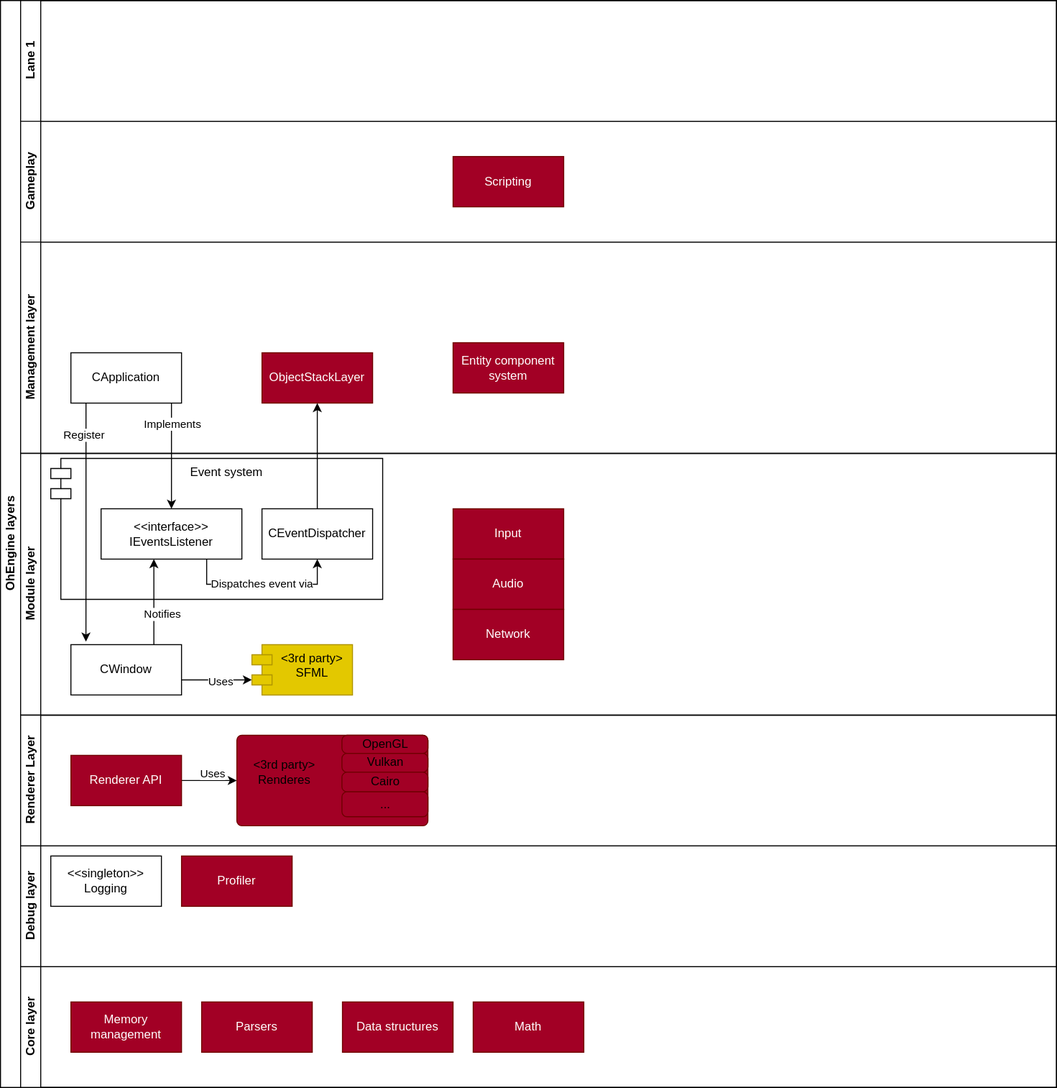
Earlier version of the draw.io export docs/LayerDiagram.svg (eHonnef/OhEngine). Source tidied: cells renumbered, new cells last; positions are measured from the earlier drawing's top-left corner, leaving out a move shared by most shapes.
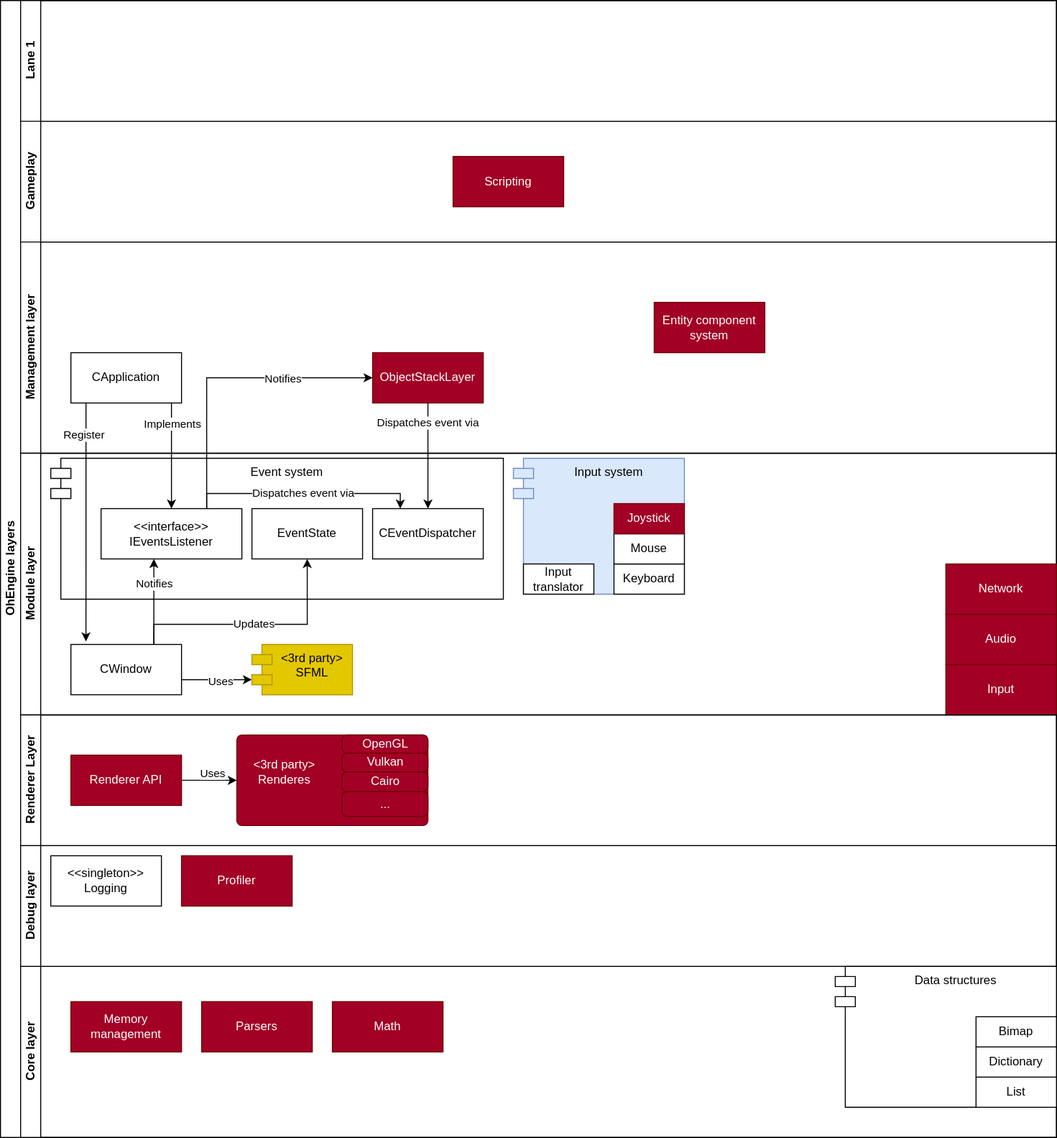
Above is the later version.

Diff of the diagram source:
```diff
@@ -3,7 +3,7 @@
     <mxCell id="0" />
     <mxCell id="1" parent="0" />
     <mxCell id="2" value="OhEngine layers" style="swimlane;horizontal=0;startSize=20;html=1;" parent="1" vertex="1">
-      <mxGeometry width="1050" height="1080" as="geometry" />
+      <mxGeometry width="1050" height="1130" as="geometry" />
     </mxCell>
     <mxCell id="3" value="Lane 1" style="swimlane;startSize=20;horizontal=0;html=1;" parent="2" vertex="1">
       <mxGeometry x="20" width="1030" height="120" as="geometry" />
@@ -21,10 +21,10 @@
       <mxGeometry x="50" y="110" width="110" height="50" as="geometry" />
     </mxCell>
     <mxCell id="8" value="Entity component system" style="html=1;whiteSpace=wrap;fillColor=#a20025;strokeColor=#6F0000;fontColor=#ffffff;" parent="6" vertex="1">
-      <mxGeometry x="430" y="100" width="110" height="50" as="geometry" />
+      <mxGeometry x="630" y="60" width="110" height="50" as="geometry" />
     </mxCell>
     <mxCell id="9" value="ObjectStackLayer" style="html=1;whiteSpace=wrap;fillColor=#a20025;fontColor=#ffffff;strokeColor=#6F0000;" parent="6" vertex="1">
-      <mxGeometry x="240" y="110" width="110" height="50" as="geometry" />
+      <mxGeometry x="350" y="110" width="110" height="50" as="geometry" />
     </mxCell>
     <mxCell id="10" value="Module layer" style="swimlane;startSize=20;horizontal=0;html=1;" parent="2" vertex="1">
       <mxGeometry x="20" y="450" width="1030" height="260" as="geometry" />
@@ -44,22 +44,22 @@
       <mxGeometry x="50" y="190" width="110" height="50" as="geometry" />
     </mxCell>
     <mxCell id="14" value="Input" style="html=1;whiteSpace=wrap;fillColor=#a20025;strokeColor=#6F0000;fontColor=#ffffff;" parent="10" vertex="1">
-      <mxGeometry x="430" y="55" width="110" height="50" as="geometry" />
+      <mxGeometry x="920" y="210" width="110" height="50" as="geometry" />
     </mxCell>
     <mxCell id="15" value="Audio" style="html=1;whiteSpace=wrap;fillColor=#a20025;strokeColor=#6F0000;fontColor=#ffffff;" parent="10" vertex="1">
-      <mxGeometry x="430" y="105" width="110" height="50" as="geometry" />
+      <mxGeometry x="920" y="160" width="110" height="50" as="geometry" />
     </mxCell>
     <mxCell id="16" value="Network" style="html=1;whiteSpace=wrap;fillColor=#a20025;strokeColor=#6F0000;fontColor=#ffffff;" parent="10" vertex="1">
-      <mxGeometry x="430" y="155" width="110" height="50" as="geometry" />
+      <mxGeometry x="920" y="110" width="110" height="50" as="geometry" />
     </mxCell>
     <mxCell id="17" value="Event system" style="shape=module;align=left;spacingLeft=20;align=center;verticalAlign=top;whiteSpace=wrap;html=1;" parent="10" vertex="1">
-      <mxGeometry x="30" y="5" width="330" height="140" as="geometry" />
+      <mxGeometry x="30" y="5" width="450" height="140" as="geometry" />
     </mxCell>
-    <mxCell id="18" value="Dispatches event via" style="edgeStyle=orthogonalEdgeStyle;rounded=0;jettySize=auto;html=1;entryX=0.5;entryY=1;entryDx=0;entryDy=0;exitX=0.75;exitY=1;exitDx=0;exitDy=0;" parent="10" edge="1" source="19" target="21">
+    <mxCell id="18" value="Dispatches event via" style="edgeStyle=orthogonalEdgeStyle;rounded=0;jettySize=auto;html=1;exitX=0.75;exitY=0;exitDx=0;exitDy=0;entryX=0.25;entryY=0;entryDx=0;entryDy=0;" parent="10" edge="1" source="19" target="21">
       <mxGeometry relative="1" as="geometry">
         <Array as="points">
-          <mxPoint x="185" y="130" />
-          <mxPoint x="295" y="130" />
+          <mxPoint x="185" y="40" />
+          <mxPoint x="378" y="40" />
         </Array>
       </mxGeometry>
     </mxCell>
@@ -67,20 +67,45 @@
       <mxGeometry x="80" y="55" width="140" height="50" as="geometry" />
     </mxCell>
     <mxCell id="20" value="Notifies" style="edgeStyle=orthogonalEdgeStyle;rounded=0;jettySize=auto;html=1;exitX=0.75;exitY=0;exitDx=0;exitDy=0;" parent="10" edge="1" source="13" target="19">
-      <mxGeometry x="-0.29" y="-7" relative="1" as="geometry">
+      <mxGeometry x="0.41" relative="1" as="geometry">
         <Array as="points">
           <mxPoint x="133" y="110" />
           <mxPoint x="133" y="110" />
         </Array>
-        <mxPoint x="1" as="offset" />
       </mxGeometry>
     </mxCell>
     <mxCell id="21" value="CEventDispatcher" style="html=1;whiteSpace=wrap;" parent="10" vertex="1">
-      <mxGeometry x="240" y="55" width="110" height="50" as="geometry" />
+      <mxGeometry x="350" y="55" width="110" height="50" as="geometry" />
     </mxCell>
     <mxCell id="22" value="&amp;lt;3rd party&amp;gt;&lt;br&gt;SFML" style="shape=module;align=left;spacingLeft=20;align=center;verticalAlign=top;whiteSpace=wrap;html=1;fillColor=#e3c800;fontColor=#000000;strokeColor=#B09500;" parent="10" vertex="1">
       <mxGeometry x="230" y="190" width="100" height="50" as="geometry" />
     </mxCell>
+    <mxCell id="46" value="EventState" style="html=1;whiteSpace=wrap;" parent="10" vertex="1">
+      <mxGeometry x="230" y="55" width="110" height="50" as="geometry" />
+    </mxCell>
+    <mxCell id="47" value="Updates" style="edgeStyle=orthogonalEdgeStyle;rounded=0;jettySize=auto;html=1;exitX=0.75;exitY=0;exitDx=0;exitDy=0;entryX=0.5;entryY=1;entryDx=0;entryDy=0;" parent="10" edge="1" source="13" target="46">
+      <mxGeometry relative="1" as="geometry">
+        <Array as="points">
+          <mxPoint x="133" y="170" />
+          <mxPoint x="285" y="170" />
+        </Array>
+      </mxGeometry>
+    </mxCell>
+    <mxCell id="48" value="Input system" style="shape=module;align=left;spacingLeft=20;align=center;verticalAlign=top;whiteSpace=wrap;html=1;fillColor=#dae8fc;strokeColor=#6c8ebf;" parent="10" vertex="1">
+      <mxGeometry x="490" y="5" width="170" height="135" as="geometry" />
+    </mxCell>
+    <mxCell id="49" value="Keyboard" style="html=1;whiteSpace=wrap;" parent="10" vertex="1">
+      <mxGeometry x="590" y="110" width="70" height="30" as="geometry" />
+    </mxCell>
+    <mxCell id="50" value="Mouse" style="html=1;whiteSpace=wrap;" parent="10" vertex="1">
+      <mxGeometry x="590" y="80" width="70" height="30" as="geometry" />
+    </mxCell>
+    <mxCell id="51" value="Joystick" style="html=1;whiteSpace=wrap;fillColor=#a20025;fontColor=#ffffff;strokeColor=#6F0000;" parent="10" vertex="1">
+      <mxGeometry x="590" y="50" width="70" height="30" as="geometry" />
+    </mxCell>
+    <mxCell id="52" value="Input translator" style="html=1;whiteSpace=wrap;" parent="10" vertex="1">
+      <mxGeometry x="500" y="110" width="70" height="30" as="geometry" />
+    </mxCell>
     <mxCell id="23" value="Renderer Layer" style="swimlane;startSize=20;horizontal=0;html=1;" parent="2" vertex="1">
       <mxGeometry x="20" y="710" width="1030" height="130" as="geometry" />
     </mxCell>
@@ -98,19 +123,19 @@
     <mxCell id="27" style="rounded=1;absoluteArcSize=1;html=1;arcSize=10;fillColor=#a20025;strokeColor=#6F0000;fontColor=#ffffff;" parent="23" vertex="1">
       <mxGeometry x="215" y="20" width="190" height="90" as="geometry" />
     </mxCell>
-    <mxCell id="28" value="&amp;lt;3rd party&amp;gt;&lt;br&gt;Renderes" style="html=1;shape=mxgraph.er.anchor;whiteSpace=wrap;" parent="27" vertex="1">
+    <mxCell id="28" value="&amp;lt;3rd party&amp;gt;&lt;br&gt;Renderes" style="html=1;shape=mxgraph.er.anchor;whiteSpace=wrap;fontColor=#FFFFFF;" parent="27" vertex="1">
       <mxGeometry width="95" height="75" as="geometry" />
     </mxCell>
-    <mxCell id="29" value="Vulkan" style="rounded=1;absoluteArcSize=1;html=1;arcSize=10;whiteSpace=wrap;strokeColor=inherit;fillColor=inherit;" parent="27" vertex="1">
+    <mxCell id="29" value="Vulkan" style="rounded=1;absoluteArcSize=1;html=1;arcSize=10;whiteSpace=wrap;strokeColor=inherit;fillColor=inherit;fontColor=#FFFFFF;" parent="27" vertex="1">
       <mxGeometry x="104.5" y="18" width="85.5" height="18.7" as="geometry" />
     </mxCell>
-    <mxCell id="30" value="OpenGL" style="rounded=1;absoluteArcSize=1;html=1;arcSize=10;whiteSpace=wrap;strokeColor=inherit;fillColor=inherit;" parent="27" vertex="1">
+    <mxCell id="30" value="OpenGL" style="rounded=1;absoluteArcSize=1;html=1;arcSize=10;whiteSpace=wrap;strokeColor=inherit;fillColor=inherit;fontColor=#FFFFFF;" parent="27" vertex="1">
       <mxGeometry x="104.5" width="85.5" height="18" as="geometry" />
     </mxCell>
-    <mxCell id="31" value="Cairo" style="rounded=1;absoluteArcSize=1;html=1;arcSize=10;whiteSpace=wrap;strokeColor=inherit;fillColor=inherit;" parent="27" vertex="1">
+    <mxCell id="31" value="Cairo" style="rounded=1;absoluteArcSize=1;html=1;arcSize=10;whiteSpace=wrap;strokeColor=inherit;fillColor=inherit;fontColor=#FFFFFF;" parent="27" vertex="1">
       <mxGeometry x="104.5" y="36.7" width="85.5" height="19.5" as="geometry" />
     </mxCell>
-    <mxCell id="32" value="..." style="rounded=1;absoluteArcSize=1;html=1;arcSize=10;whiteSpace=wrap;strokeColor=inherit;fillColor=inherit;" parent="27" vertex="1">
+    <mxCell id="32" value="..." style="rounded=1;absoluteArcSize=1;html=1;arcSize=10;whiteSpace=wrap;strokeColor=inherit;fillColor=inherit;fontColor=#FFFFFF;" parent="27" vertex="1">
       <mxGeometry x="104.5" y="56.2" width="85.5" height="24.7" as="geometry" />
     </mxCell>
     <mxCell id="33" value="Debug layer" style="swimlane;startSize=20;horizontal=0;html=1;" parent="2" vertex="1">
@@ -123,7 +148,7 @@
       <mxGeometry x="160" y="10" width="110" height="50" as="geometry" />
     </mxCell>
     <mxCell id="36" value="Core layer" style="swimlane;startSize=20;horizontal=0;html=1;" parent="2" vertex="1">
-      <mxGeometry x="20" y="960" width="1030" height="120" as="geometry" />
+      <mxGeometry x="20" y="960" width="1030" height="170" as="geometry" />
     </mxCell>
     <mxCell id="37" value="Memory management" style="html=1;whiteSpace=wrap;fillColor=#a20025;strokeColor=#6F0000;fontColor=#ffffff;" parent="36" vertex="1">
       <mxGeometry x="50" y="35" width="110" height="50" as="geometry" />
@@ -131,12 +156,21 @@
     <mxCell id="38" value="Parsers" style="html=1;whiteSpace=wrap;fillColor=#a20025;strokeColor=#6F0000;fontColor=#ffffff;" parent="36" vertex="1">
       <mxGeometry x="180" y="35" width="110" height="50" as="geometry" />
     </mxCell>
+    <mxCell id="40" value="Math" style="html=1;whiteSpace=wrap;fillColor=#a20025;strokeColor=#6F0000;fontColor=#ffffff;" parent="36" vertex="1">
+      <mxGeometry x="310" y="35" width="110" height="50" as="geometry" />
+    </mxCell>
-    <mxCell id="39" value="Data structures" style="html=1;whiteSpace=wrap;fillColor=#a20025;strokeColor=#6F0000;fontColor=#ffffff;" parent="36" vertex="1">
-      <mxGeometry x="320" y="35" width="110" height="50" as="geometry" />
+    <mxCell id="39" value="Data structures" style="shape=module;align=left;spacingLeft=20;align=center;verticalAlign=top;whiteSpace=wrap;html=1;" parent="36" vertex="1">
+      <mxGeometry x="810" width="220" height="140" as="geometry" />
     </mxCell>
-    <mxCell id="40" value="Math" style="html=1;whiteSpace=wrap;fillColor=#a20025;strokeColor=#6F0000;fontColor=#ffffff;" parent="36" vertex="1">
-      <mxGeometry x="450" y="35" width="110" height="50" as="geometry" />
-    </mxCell>
+    <mxCell id="53" value="List" style="html=1;whiteSpace=wrap;" parent="36" vertex="1">
+      <mxGeometry x="950" y="110" width="80" height="30" as="geometry" />
+    </mxCell>
+    <mxCell id="54" value="Dictionary" style="html=1;whiteSpace=wrap;" parent="36" vertex="1">
+      <mxGeometry x="950" y="80" width="80" height="30" as="geometry" />
+    </mxCell>
+    <mxCell id="55" value="Bimap" style="html=1;whiteSpace=wrap;" parent="36" vertex="1">
+      <mxGeometry x="950" y="50" width="80" height="30" as="geometry" />
+    </mxCell>
     <mxCell id="41" style="edgeStyle=orthogonalEdgeStyle;rounded=0;jettySize=auto;html=1;entryX=0.5;entryY=0;entryDx=0;entryDy=0;" parent="2" edge="1" source="7" target="19">
       <mxGeometry relative="1" as="geometry">
         <Array as="points">
@@ -161,8 +195,16 @@
     <mxCell id="44" value="Register" style="edgeLabel;html=1;align=center;verticalAlign=middle;" parent="43" vertex="1">
       <mxGeometry x="-0.74" y="-3" relative="1" as="geometry" />
     </mxCell>
-    <mxCell id="45" style="edgeStyle=orthogonalEdgeStyle;rounded=0;jettySize=auto;html=1;entryX=0.5;entryY=1;entryDx=0;entryDy=0;" parent="2" edge="1" source="21" target="9">
-      <mxGeometry relative="1" as="geometry" />
-    </mxCell>
+    <mxCell id="56" style="edgeStyle=orthogonalEdgeStyle;rounded=0;jettySize=auto;html=1;exitX=0.75;exitY=0;exitDx=0;exitDy=0;entryX=0;entryY=0.5;entryDx=0;entryDy=0;" parent="2" edge="1" source="19" target="9">
+      <mxGeometry relative="1" as="geometry" />
+    </mxCell>
+    <mxCell id="57" value="Notifies" style="edgeLabel;html=1;align=center;verticalAlign=middle;" parent="56" vertex="1">
+      <mxGeometry x="0.29" y="-4" relative="1" as="geometry">
+        <mxPoint x="15" y="-4" as="offset" />
+      </mxGeometry>
+    </mxCell>
+    <mxCell id="58" value="Dispatches event via" style="edgeStyle=orthogonalEdgeStyle;rounded=0;jettySize=auto;html=1;exitX=0.5;exitY=1;exitDx=0;exitDy=0;entryX=0.5;entryY=0;entryDx=0;entryDy=0;" parent="2" edge="1" source="9" target="21">
+      <mxGeometry x="-0.62" relative="1" as="geometry" />
+    </mxCell>
   </root>
 </mxGraphModel>
```
